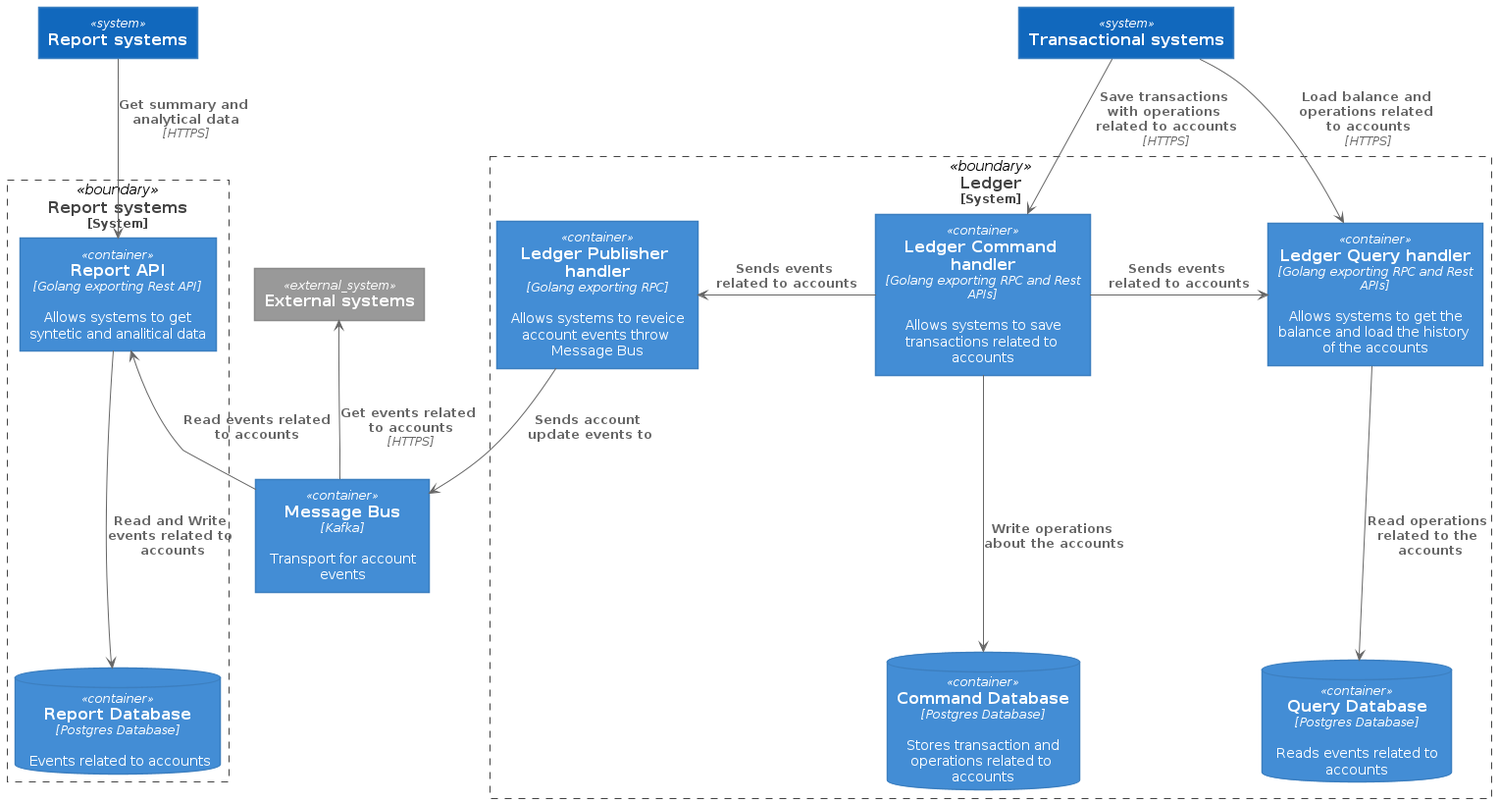
The PlantUML diagram docs/c4model/level_2_step_by_step/level_2_e_container_diagram.png in fernandodr19/the-amazing-ledger, before a commit.
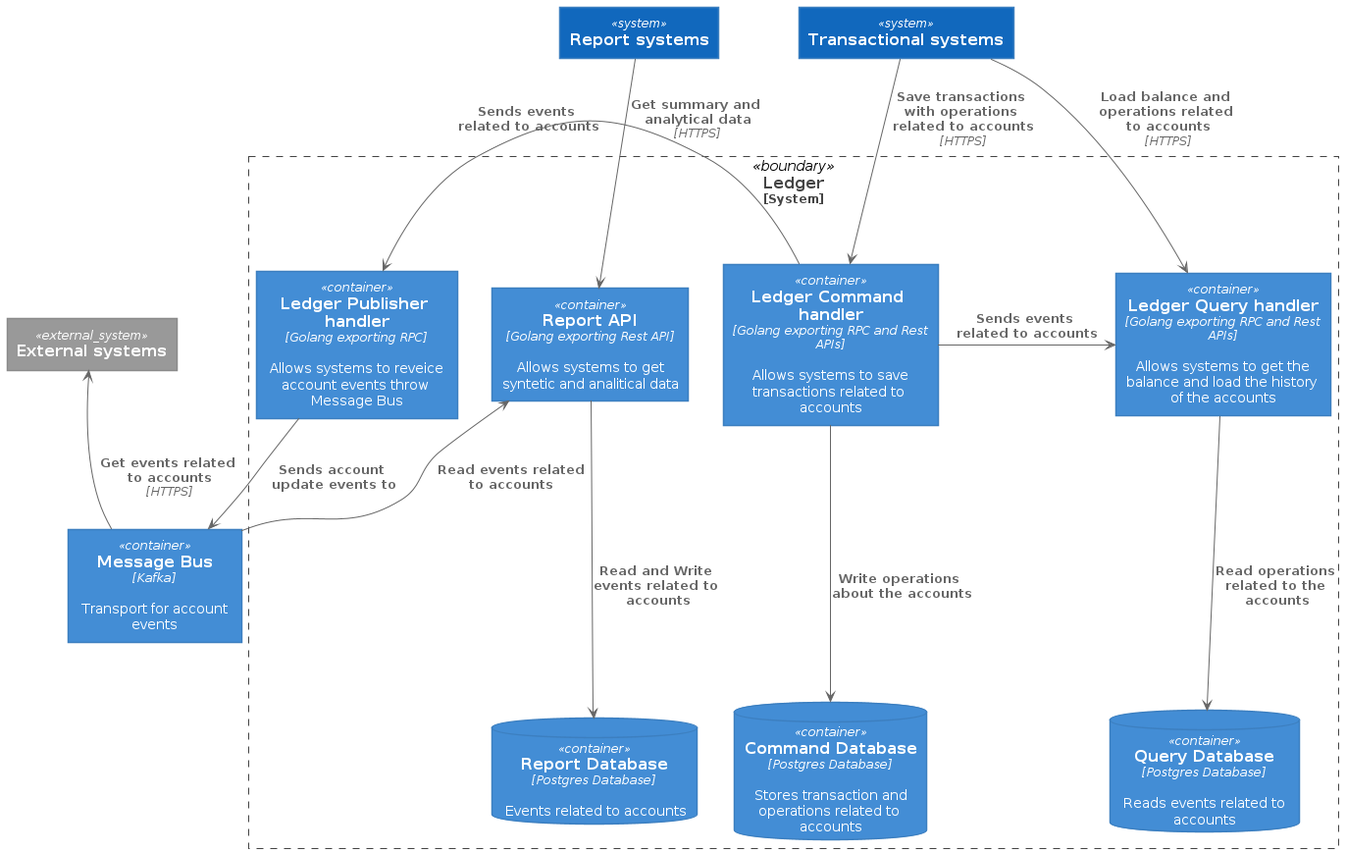
Above is the later version.

Diff of the diagram source:
```diff
@@ -11,22 +11,19 @@
     Container(ledger_pub_handler, "Ledger Publisher handler", "Golang exporting RPC", "Allows systems to reveice account events throw Message Bus")
     ContainerDb(query_database, "Query Database", "Postgres Database", "Reads events related to accounts")
     ContainerDb(command_database, "Command Database", "Postgres Database", "Stores transaction and operations related to accounts")
+    Container(report_api, "Report API", "Golang exporting Rest API", "Allows systems to get syntetic and analitical data")
+    ContainerDb(report_database, "Report Database", "Postgres Database", "Events related to accounts")
 }
 
 Container(message_bus, "Message Bus", "Kafka", "Transport for account events")
 
-Rel(ledger_pub_handler, message_bus, "Sends account update events to")
+Rel_Neighbor(ledger_pub_handler, message_bus, "Sends account update events to")
 
 Rel(ledger_command_api, command_database, "Write operations about the accounts")
 Rel(ledger_query_api, query_database, "Read operations related to the accounts")
 
 Rel(transactional_systems, ledger_command_api, "Save transactions with operations related to accounts", "HTTPS")
 Rel(transactional_systems, ledger_query_api, "Load balance and operations related to accounts", "HTTPS")
-
-System_Boundary(reports, "Report systems") {
-    Container(report_api, "Report API", "Golang exporting Rest API", "Allows systems to get syntetic and analitical data")
-    ContainerDb(report_database, "Report Database", "Postgres Database", "Events related to accounts")
-}
 
 Rel(report_api, report_database, "Read and Write events related to accounts")
 Rel_Back(report_api, message_bus, "Read events related to accounts")
```
